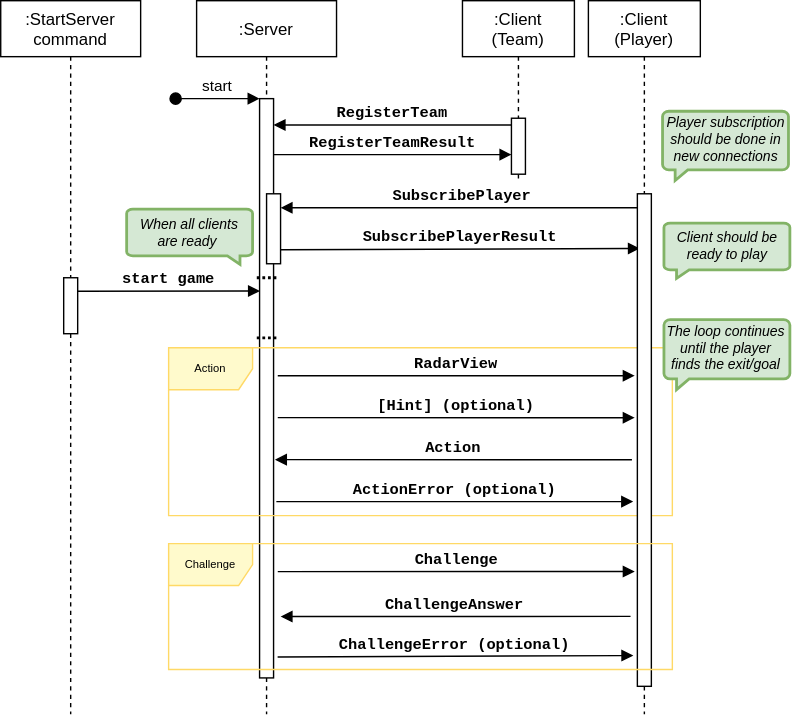
Above: images/Sequence.drawio.svg in louisdrf/labygame (draw.io), before the change. Source tidied: cells renumbered, new cells last; positions are measured from the earlier drawing's top-left corner, leaving out a move shared by most shapes.
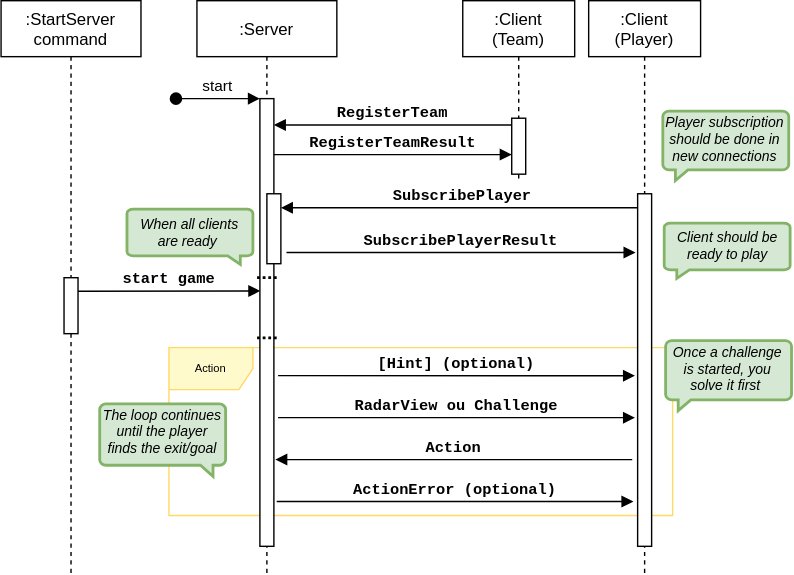
The same file after the commit.

Commit message:
Add challenge descriptions

Diff of the diagram source:
```diff
@@ -3,10 +3,13 @@
     <mxCell id="0" />
     <mxCell id="1" parent="0" />
     <mxCell id="2" value=":Server" style="shape=umlLifeline;perimeter=lifelinePerimeter;rounded=0;shadow=0;strokeWidth=1;size=40;" parent="1" vertex="1">
-      <mxGeometry x="140" width="100" height="510" as="geometry" />
+      <mxGeometry x="140" width="100" height="410" as="geometry" />
     </mxCell>
+    <mxCell id="14" value="Action" style="shape=umlFrame;whiteSpace=wrap;html=1;labelBackgroundColor=none;fontFamily=Helvetica;fontSize=8;fontColor=default;strokeColor=#FFD966;fillColor=#FFFACC;gradientColor=none;" parent="2" vertex="1">
+      <mxGeometry x="-20" y="248" width="360" height="120" as="geometry" />
+    </mxCell>
     <mxCell id="3" style="points=[];perimeter=orthogonalPerimeter;rounded=0;shadow=0;strokeWidth=1;" parent="2" vertex="1">
-      <mxGeometry x="45" y="70" width="10" height="414" as="geometry" />
+      <mxGeometry x="45" y="70" width="10" height="320" as="geometry" />
     </mxCell>
     <mxCell id="4" value="start" style="verticalAlign=bottom;startArrow=oval;endArrow=block;startSize=8;shadow=0;strokeWidth=1;labelBackgroundColor=none;" parent="2" edge="1" target="3">
       <mxGeometry relative="1" as="geometry">
@@ -31,12 +34,6 @@
     <mxCell id="8" style="perimeter=orthogonalPerimeter;rounded=0;shadow=0;strokeWidth=1;" parent="2" vertex="1">
       <mxGeometry x="50" y="138" width="10" height="50" as="geometry" />
     </mxCell>
-    <mxCell id="9" value="Challenge" style="verticalAlign=bottom;endArrow=block;shadow=0;strokeWidth=1;exitX=0;exitY=0;exitDx=0;exitDy=0;fontStyle=1;fontFamily=Courier New;entryX=0.917;entryY=0.222;entryDx=0;entryDy=0;entryPerimeter=0;labelBackgroundColor=none;" parent="2" edge="1">
-      <mxGeometry relative="1" as="geometry">
-        <mxPoint x="58" y="408" as="sourcePoint" />
-        <mxPoint x="313.1" y="408" as="targetPoint" />
-      </mxGeometry>
-    </mxCell>
     <mxCell id="10" value="ActionError (optional)" style="verticalAlign=bottom;endArrow=block;shadow=0;strokeWidth=1;exitX=0;exitY=0;exitDx=0;exitDy=0;fontStyle=1;fontFamily=Courier New;labelBackgroundColor=none;startArrow=none;startFill=0;endFill=1;" parent="2" edge="1">
       <mxGeometry relative="1" as="geometry">
         <mxPoint x="57" y="358" as="sourcePoint" />
@@ -45,8 +42,8 @@
     </mxCell>
     <mxCell id="11" value="[Hint] (optional)" style="verticalAlign=bottom;endArrow=block;shadow=0;strokeWidth=1;exitX=0;exitY=0;exitDx=0;exitDy=0;fontStyle=1;fontFamily=Courier New;labelBackgroundColor=none;entryX=0.917;entryY=0.417;entryDx=0;entryDy=0;entryPerimeter=0;" parent="2" edge="1">
       <mxGeometry relative="1" as="geometry">
-        <mxPoint x="58" y="298" as="sourcePoint" />
-        <mxPoint x="313.1" y="298" as="targetPoint" />
+        <mxPoint x="58" y="268" as="sourcePoint" />
+        <mxPoint x="313.1" y="268" as="targetPoint" />
       </mxGeometry>
     </mxCell>
     <mxCell id="12" value="Action" style="verticalAlign=bottom;endArrow=none;shadow=0;strokeWidth=1;exitX=0;exitY=0;exitDx=0;exitDy=0;fontStyle=1;fontFamily=Courier New;labelBackgroundColor=none;startArrow=block;startFill=1;endFill=0;entryX=0.917;entryY=0.667;entryDx=0;entryDy=0;entryPerimeter=0;" parent="2" edge="1">
@@ -55,24 +52,15 @@
         <mxPoint x="311.1" y="328" as="targetPoint" />
       </mxGeometry>
     </mxCell>
-    <mxCell id="13" value="RadarView" style="verticalAlign=bottom;endArrow=block;shadow=0;strokeWidth=1;exitX=0;exitY=0;exitDx=0;exitDy=0;fontStyle=1;fontFamily=Courier New;labelBackgroundColor=none;entryX=0.917;entryY=0.167;entryDx=0;entryDy=0;entryPerimeter=0;" parent="2" edge="1">
+    <mxCell id="13" value="RadarView ou Challenge" style="verticalAlign=bottom;endArrow=block;shadow=0;strokeWidth=1;exitX=0;exitY=0;exitDx=0;exitDy=0;fontStyle=1;fontFamily=Courier New;labelBackgroundColor=none;entryX=0.917;entryY=0.167;entryDx=0;entryDy=0;entryPerimeter=0;" parent="2" edge="1">
       <mxGeometry relative="1" as="geometry">
-        <mxPoint x="58" y="268" as="sourcePoint" />
-        <mxPoint x="313.1" y="268" as="targetPoint" />
+        <mxPoint x="58" y="298" as="sourcePoint" />
+        <mxPoint x="313.1" y="298" as="targetPoint" />
       </mxGeometry>
     </mxCell>
-    <mxCell id="14" value="Action" style="shape=umlFrame;whiteSpace=wrap;html=1;labelBackgroundColor=none;fontFamily=Helvetica;fontSize=8;fontColor=default;strokeColor=#FFD966;fillColor=#FFFACC;gradientColor=none;" parent="2" vertex="1">
-      <mxGeometry x="-20" y="248" width="360" height="120" as="geometry" />
-    </mxCell>
     <mxCell id="15" value=":Client &#10;(Team)" style="shape=umlLifeline;perimeter=lifelinePerimeter;rounded=0;shadow=0;strokeWidth=1;" parent="1" vertex="1">
       <mxGeometry x="330" width="80" height="130" as="geometry" />
     </mxCell>
-    <mxCell id="16" value="ChallengeError (optional)" style="verticalAlign=bottom;endArrow=none;shadow=0;strokeWidth=1;exitX=0.917;exitY=0.889;exitDx=0;exitDy=0;fontStyle=1;fontFamily=Courier New;entryX=-0.09;entryY=0.206;entryDx=0;entryDy=0;entryPerimeter=0;labelBackgroundColor=none;startArrow=block;startFill=1;endFill=0;exitPerimeter=0;" parent="15" edge="1">
-      <mxGeometry relative="1" as="geometry">
-        <mxPoint x="122.1" y="468" as="sourcePoint" />
-        <mxPoint x="-132.1" y="469" as="targetPoint" />
-      </mxGeometry>
-    </mxCell>
     <mxCell id="17" style="points=[];perimeter=orthogonalPerimeter;rounded=0;shadow=0;strokeWidth=1;" parent="15" vertex="1">
       <mxGeometry x="35" y="84" width="10" height="40" as="geometry" />
     </mxCell>
@@ -85,16 +73,17 @@
         <mxPoint x="200" y="148" as="targetPoint" />
       </mxGeometry>
     </mxCell>
-    <mxCell id="20" value="SubscribePlayerResult" style="verticalAlign=bottom;endArrow=block;shadow=0;strokeWidth=1;fontStyle=1;fontFamily=Courier New;labelBackgroundColor=none;entryX=0.18;entryY=0.111;entryDx=0;entryDy=0;entryPerimeter=0;" parent="1" edge="1" target="34">
+    <mxCell id="20" value="SubscribePlayerResult" style="verticalAlign=bottom;endArrow=block;shadow=0;strokeWidth=1;fontStyle=1;fontFamily=Courier New;labelBackgroundColor=none;" parent="1" edge="1">
       <mxGeometry relative="1" as="geometry">
-        <mxPoint x="200" y="178" as="sourcePoint" />
+        <mxPoint x="204" y="180" as="sourcePoint" />
+        <mxPoint x="453.5" y="180" as="targetPoint" />
       </mxGeometry>
     </mxCell>
     <mxCell id="21" value="&lt;font style=&quot;font-size: 10px;&quot;&gt;&lt;i&gt;When all clients are ready&amp;nbsp;&lt;/i&gt;&lt;/font&gt;" style="text;html=1;strokeColor=none;fillColor=none;align=center;verticalAlign=middle;whiteSpace=wrap;rounded=0;labelBackgroundColor=none;fontFamily=Helvetica;fontSize=8;fontColor=default;" parent="1" vertex="1">
       <mxGeometry x="91" y="151" width="88" height="30" as="geometry" />
     </mxCell>
     <mxCell id="22" value=":StartServer&#10;command" style="shape=umlLifeline;perimeter=lifelinePerimeter;rounded=0;shadow=0;strokeWidth=1;" parent="1" vertex="1">
-      <mxGeometry width="100" height="510" as="geometry" />
+      <mxGeometry width="100" height="410" as="geometry" />
     </mxCell>
     <mxCell id="23" style="perimeter=orthogonalPerimeter;rounded=0;shadow=0;strokeWidth=1;" parent="22" vertex="1">
       <mxGeometry x="45" y="198" width="10" height="40" as="geometry" />
@@ -117,29 +106,29 @@
         <mxPoint x="198" y="241" as="targetPoint" />
       </mxGeometry>
     </mxCell>
-    <mxCell id="28" value="ChallengeAnswer" style="verticalAlign=bottom;endArrow=block;shadow=0;strokeWidth=1;exitX=0.917;exitY=0.578;exitDx=0;exitDy=0;fontStyle=1;fontFamily=Courier New;entryX=0.6;entryY=0.863;entryDx=0;entryDy=0;entryPerimeter=0;labelBackgroundColor=none;exitPerimeter=0;" parent="1" edge="1" source="35" target="2">
-      <mxGeometry relative="1" as="geometry" />
-    </mxCell>
     <mxCell id="29" style="html=1;verticalLabelPosition=bottom;align=center;labelBackgroundColor=#ffffff;verticalAlign=top;strokeWidth=2;strokeColor=#82b366;shadow=0;dashed=0;shape=mxgraph.ios7.icons.message;fontFamily=Helvetica;fontSize=8;fillColor=#d5e8d4;direction=east;flipH=1;" parent="1" vertex="1">
       <mxGeometry x="473" y="79" width="90" height="49.5" as="geometry" />
     </mxCell>
     <mxCell id="30" value="&lt;span style=&quot;font-size: 10px;&quot;&gt;&lt;i&gt;Player subscription should be done in new connections&lt;/i&gt;&lt;/span&gt;" style="text;html=1;strokeColor=none;fillColor=none;align=center;verticalAlign=middle;whiteSpace=wrap;rounded=0;labelBackgroundColor=none;fontFamily=Helvetica;fontSize=8;fontColor=default;" parent="1" vertex="1">
-      <mxGeometry x="474" y="99" width="89" as="geometry" />
+      <mxGeometry x="473" y="99" width="89" as="geometry" />
     </mxCell>
-    <mxCell id="31" style="html=1;verticalLabelPosition=bottom;align=center;labelBackgroundColor=#ffffff;verticalAlign=top;strokeWidth=2;strokeColor=#82b366;shadow=0;dashed=0;shape=mxgraph.ios7.icons.message;fontFamily=Helvetica;fontSize=8;fillColor=#d5e8d4;direction=east;flipH=1;" parent="1" vertex="1">
-      <mxGeometry x="474" y="228" width="90" height="50" as="geometry" />
-    </mxCell>
-    <mxCell id="32" value="&lt;font style=&quot;font-size: 10px;&quot;&gt;&lt;i&gt;The loop continues until the player finds the exit/goal&lt;/i&gt;&lt;/font&gt;" style="text;html=1;strokeColor=none;fillColor=none;align=center;verticalAlign=middle;whiteSpace=wrap;rounded=0;labelBackgroundColor=none;fontFamily=Helvetica;fontSize=8;fontColor=default;" parent="1" vertex="1">
-      <mxGeometry x="474" y="248" width="89" height="0.2" as="geometry" />
-    </mxCell>
     <mxCell id="33" value=":Client&#10;(Player)" style="shape=umlLifeline;perimeter=lifelinePerimeter;rounded=0;shadow=0;strokeWidth=1;" parent="1" vertex="1">
-      <mxGeometry x="420" width="80" height="510" as="geometry" />
+      <mxGeometry x="420" width="80" height="410" as="geometry" />
     </mxCell>
     <mxCell id="34" style="points=[];perimeter=orthogonalPerimeter;rounded=0;shadow=0;strokeWidth=1;" parent="33" vertex="1">
-      <mxGeometry x="35" y="138" width="10" height="352" as="geometry" />
+      <mxGeometry x="35" y="138" width="10" height="252" as="geometry" />
     </mxCell>
-    <mxCell id="35" value="Challenge" style="shape=umlFrame;whiteSpace=wrap;html=1;labelBackgroundColor=none;fontFamily=Helvetica;fontSize=8;fontColor=default;strokeColor=#FFD966;fillColor=#FFFACC;gradientColor=none;" parent="1" vertex="1">
-      <mxGeometry x="120" y="388" width="360" height="90" as="geometry" />
-    </mxCell>
+    <mxCell id="36" style="html=1;verticalLabelPosition=bottom;align=center;labelBackgroundColor=#ffffff;verticalAlign=top;strokeWidth=2;strokeColor=#82b366;shadow=0;dashed=0;shape=mxgraph.ios7.icons.message;fontFamily=Helvetica;fontSize=8;fillColor=#d5e8d4;direction=east;flipH=1;" parent="1" vertex="1">
+      <mxGeometry x="475" y="243" width="90" height="50" as="geometry" />
+    </mxCell>
+    <mxCell id="37" value="&lt;span style=&quot;font-size: 10px;&quot;&gt;&lt;i&gt;Once a challenge is started, you solve it first&amp;nbsp;&lt;/i&gt;&lt;/span&gt;" style="text;html=1;strokeColor=none;fillColor=none;align=center;verticalAlign=middle;whiteSpace=wrap;rounded=0;labelBackgroundColor=none;fontFamily=Helvetica;fontSize=8;fontColor=default;" parent="1" vertex="1">
+      <mxGeometry x="475" y="238" width="89" height="50" as="geometry" />
+    </mxCell>
+    <mxCell id="38" style="html=1;verticalLabelPosition=bottom;align=center;labelBackgroundColor=#ffffff;verticalAlign=top;strokeWidth=2;strokeColor=#82b366;shadow=0;dashed=0;shape=mxgraph.ios7.icons.message;fontFamily=Helvetica;fontSize=8;fillColor=#d5e8d4;" parent="1" vertex="1">
+      <mxGeometry x="70.5" y="288.2" width="90" height="51.8" as="geometry" />
+    </mxCell>
+    <mxCell id="32" value="&lt;font style=&quot;font-size: 10px;&quot;&gt;&lt;i&gt;The loop continues until the player finds the exit/goal&lt;/i&gt;&lt;/font&gt;" style="text;html=1;strokeColor=none;fillColor=none;align=center;verticalAlign=middle;whiteSpace=wrap;rounded=0;labelBackgroundColor=none;fontFamily=Helvetica;fontSize=8;fontColor=default;" parent="1" vertex="1">
+      <mxGeometry x="71" y="307.9" width="89" height="0.2" as="geometry" />
+    </mxCell>
   </root>
 </mxGraphModel>
```
